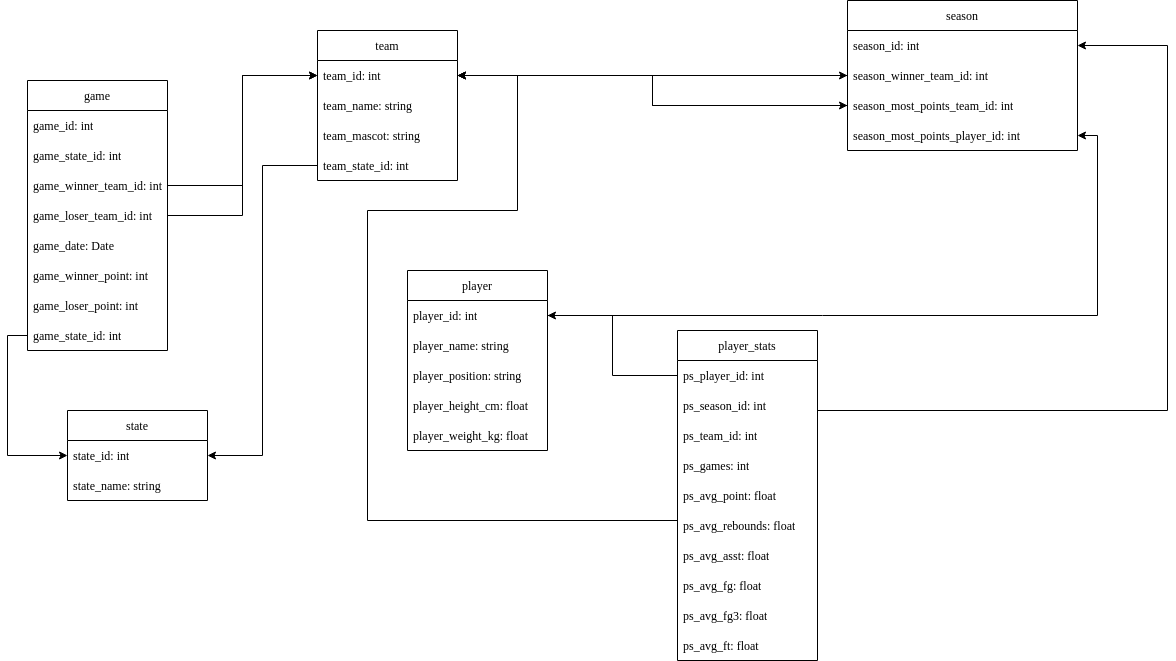
The draw.io diagram er_diagram.drawio.png in Fin-NewWin/cse111-project, before a commit. Source tidied: cells renumbered, new cells last; positions are measured from the earlier drawing's top-left corner, leaving out a move shared by most shapes.
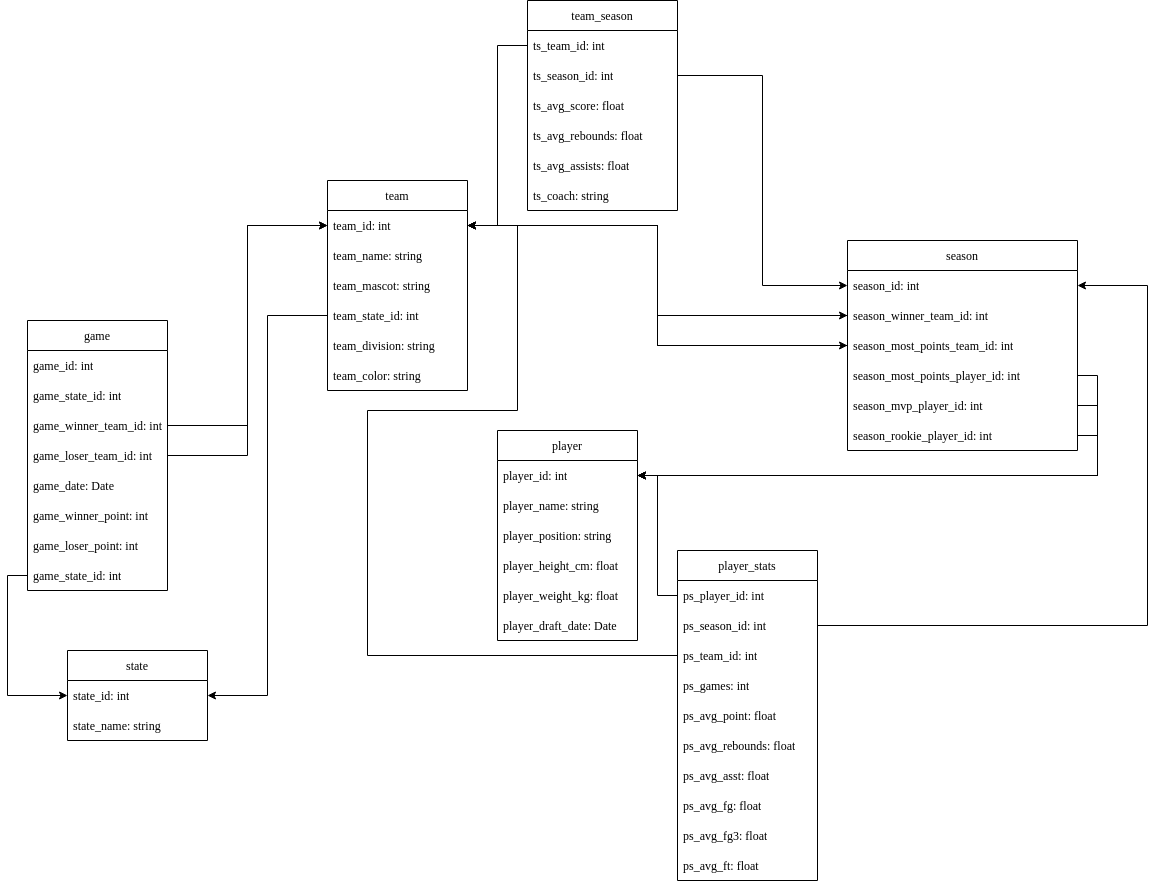
After the change.

What changed in the source:
```diff
@@ -3,7 +3,7 @@
     <mxCell id="0" />
     <mxCell id="1" parent="0" />
     <mxCell id="2" value="team" style="swimlane;fontStyle=0;horizontal=1;startSize=30;whiteSpace=wrap;html=1;" parent="1" vertex="1">
-      <mxGeometry x="290" y="30" width="140" height="150" as="geometry" />
+      <mxGeometry x="300" y="-60" width="140" height="210" as="geometry" />
     </mxCell>
     <mxCell id="3" value="team_id: int" style="text;strokeColor=none;fillColor=none;align=left;verticalAlign=middle;spacingLeft=4;spacingRight=4;overflow=hidden;points=[[0,0.5],[1,0.5]];portConstraint=eastwest;whiteSpace=wrap;html=1;" parent="2" vertex="1">
       <mxGeometry y="30" width="140" height="30" as="geometry" />
@@ -17,8 +17,14 @@
     <mxCell id="6" value="team_state_id: int" style="text;strokeColor=none;fillColor=none;align=left;verticalAlign=middle;spacingLeft=4;spacingRight=4;overflow=hidden;points=[[0,0.5],[1,0.5]];portConstraint=eastwest;whiteSpace=wrap;html=1;" parent="2" vertex="1">
       <mxGeometry y="120" width="140" height="30" as="geometry" />
     </mxCell>
+    <mxCell id="53" value="team_division: string" style="text;strokeColor=none;fillColor=none;align=left;verticalAlign=middle;spacingLeft=4;spacingRight=4;overflow=hidden;whiteSpace=wrap;html=1;" parent="2" vertex="1">
+      <mxGeometry y="150" width="140" height="30" as="geometry" />
+    </mxCell>
+    <mxCell id="54" value="team_color: string" style="text;strokeColor=none;fillColor=none;align=left;verticalAlign=middle;spacingLeft=4;spacingRight=4;overflow=hidden;whiteSpace=wrap;html=1;" parent="2" vertex="1">
+      <mxGeometry y="180" width="140" height="30" as="geometry" />
+    </mxCell>
     <mxCell id="7" value="player" style="swimlane;fontStyle=0;horizontal=1;startSize=30;whiteSpace=wrap;html=1;" parent="1" vertex="1">
-      <mxGeometry x="380" y="270" width="140" height="180" as="geometry" />
+      <mxGeometry x="470" y="190" width="140" height="210" as="geometry" />
     </mxCell>
     <mxCell id="8" value="player_id: int" style="text;strokeColor=none;fillColor=none;align=left;verticalAlign=middle;spacingLeft=4;spacingRight=4;overflow=hidden;points=[[0,0.5],[1,0.5]];portConstraint=eastwest;whiteSpace=wrap;html=1;" parent="7" vertex="1">
       <mxGeometry y="30" width="140" height="30" as="geometry" />
@@ -35,6 +41,9 @@
     <mxCell id="12" value="player_weight_kg: float" style="text;strokeColor=none;fillColor=none;align=left;verticalAlign=middle;spacingLeft=4;spacingRight=4;overflow=hidden;whiteSpace=wrap;html=1;" parent="7" vertex="1">
       <mxGeometry y="150" width="140" height="30" as="geometry" />
     </mxCell>
+    <mxCell id="55" value="player_draft_date: Date" style="text;strokeColor=none;fillColor=none;align=left;verticalAlign=middle;spacingLeft=4;spacingRight=4;overflow=hidden;whiteSpace=wrap;html=1;" parent="7" vertex="1">
+      <mxGeometry y="180" width="140" height="30" as="geometry" />
+    </mxCell>
     <mxCell id="13" value="game" style="swimlane;fontStyle=0;horizontal=1;startSize=30;whiteSpace=wrap;html=1;" parent="1" vertex="1">
       <mxGeometry y="80" width="140" height="270" as="geometry" />
     </mxCell>
@@ -68,17 +77,8 @@
     <mxCell id="23" style="edgeStyle=orthogonalEdgeStyle;rounded=0;jettySize=auto;html=1;exitX=1;exitY=0.5;exitDx=0;exitDy=0;entryX=0;entryY=0.5;entryDx=0;entryDy=0;" parent="1" edge="1" source="17" target="3">
       <mxGeometry relative="1" as="geometry" />
     </mxCell>
-    <mxCell id="24" style="edgeStyle=orthogonalEdgeStyle;rounded=0;jettySize=auto;html=1;exitX=1;exitY=0.25;exitDx=0;exitDy=0;entryX=1;entryY=0.5;entryDx=0;entryDy=0;" parent="1" edge="1" source="25" target="37">
-      <mxGeometry relative="1" as="geometry">
-        <Array as="points">
-          <mxPoint x="790" y="410" />
-          <mxPoint x="1140" y="410" />
-          <mxPoint x="1140" y="45" />
-        </Array>
-      </mxGeometry>
-    </mxCell>
     <mxCell id="25" value="player_stats" style="swimlane;fontStyle=0;horizontal=1;startSize=30;whiteSpace=wrap;html=1;" parent="1" vertex="1">
-      <mxGeometry x="650" y="330" width="140" height="330" as="geometry" />
+      <mxGeometry x="650" y="310" width="140" height="330" as="geometry" />
     </mxCell>
     <mxCell id="26" value="ps_player_id: int" style="text;strokeColor=none;fillColor=none;align=left;verticalAlign=middle;spacingLeft=4;spacingRight=4;overflow=hidden;points=[[0,0.5],[1,0.5]];portConstraint=eastwest;whiteSpace=wrap;html=1;" parent="25" vertex="1">
       <mxGeometry y="30" width="140" height="30" as="geometry" />
@@ -111,7 +111,7 @@
       <mxGeometry y="300" width="140" height="30" as="geometry" />
     </mxCell>
     <mxCell id="36" value="season" style="swimlane;fontStyle=0;horizontal=1;startSize=30;whiteSpace=wrap;html=1;" parent="1" vertex="1">
-      <mxGeometry x="820" width="230" height="150" as="geometry" />
+      <mxGeometry x="820" width="230" height="210" as="geometry" />
     </mxCell>
     <mxCell id="37" value="season_id: int" style="text;strokeColor=none;fillColor=none;align=left;verticalAlign=middle;spacingLeft=4;spacingRight=4;overflow=hidden;points=[[0,0.5],[1,0.5]];portConstraint=eastwest;whiteSpace=wrap;html=1;" parent="36" vertex="1">
       <mxGeometry y="30" width="230" height="30" as="geometry" />
@@ -125,6 +125,12 @@
     <mxCell id="40" value="season_most_points_player_id: int" style="text;strokeColor=none;fillColor=none;align=left;verticalAlign=middle;spacingLeft=4;spacingRight=4;overflow=hidden;points=[[0,0.5],[1,0.5]];portConstraint=eastwest;whiteSpace=wrap;html=1;" parent="36" vertex="1">
       <mxGeometry y="120" width="230" height="30" as="geometry" />
     </mxCell>
+    <mxCell id="56" value="season_mvp_player_id: int" style="text;strokeColor=none;fillColor=none;align=left;verticalAlign=middle;spacingLeft=4;spacingRight=4;overflow=hidden;points=[[0,0.5],[1,0.5]];portConstraint=eastwest;whiteSpace=wrap;html=1;" parent="36" vertex="1">
+      <mxGeometry y="150" width="230" height="30" as="geometry" />
+    </mxCell>
+    <mxCell id="57" value="season_rookie_player_id: int" style="text;strokeColor=none;fillColor=none;align=left;verticalAlign=middle;spacingLeft=4;spacingRight=4;overflow=hidden;points=[[0,0.5],[1,0.5]];portConstraint=eastwest;whiteSpace=wrap;html=1;" parent="36" vertex="1">
+      <mxGeometry y="180" width="230" height="30" as="geometry" />
+    </mxCell>
     <mxCell id="41" style="edgeStyle=orthogonalEdgeStyle;rounded=0;jettySize=auto;html=1;exitX=0;exitY=0.5;exitDx=0;exitDy=0;entryX=1;entryY=0.5;entryDx=0;entryDy=0;" parent="1" edge="1" source="38" target="3">
       <mxGeometry relative="1" as="geometry" />
     </mxCell>
@@ -146,9 +152,6 @@
     <mxCell id="47" style="edgeStyle=orthogonalEdgeStyle;rounded=0;jettySize=auto;html=1;exitX=0;exitY=0.5;exitDx=0;exitDy=0;entryX=1;entryY=0.5;entryDx=0;entryDy=0;" parent="1" edge="1" source="39" target="3">
       <mxGeometry relative="1" as="geometry" />
     </mxCell>
-    <mxCell id="48" style="edgeStyle=orthogonalEdgeStyle;rounded=0;jettySize=auto;html=1;exitX=1;exitY=0.5;exitDx=0;exitDy=0;entryX=1;entryY=0.5;entryDx=0;entryDy=0;" parent="1" edge="1" source="8" target="40">
-      <mxGeometry relative="1" as="geometry" />
-    </mxCell>
     <mxCell id="49" style="edgeStyle=orthogonalEdgeStyle;rounded=0;jettySize=auto;html=1;exitX=1;exitY=0.5;exitDx=0;exitDy=0;entryX=0;entryY=0.5;entryDx=0;entryDy=0;" parent="1" edge="1" source="3" target="38">
       <mxGeometry relative="1" as="geometry" />
     </mxCell>
@@ -158,16 +161,59 @@
     <mxCell id="51" style="edgeStyle=orthogonalEdgeStyle;rounded=0;jettySize=auto;html=1;exitX=0;exitY=0.5;exitDx=0;exitDy=0;entryX=1;entryY=0.5;entryDx=0;entryDy=0;" parent="1" edge="1" source="28" target="3">
       <mxGeometry relative="1" as="geometry">
         <Array as="points">
-          <mxPoint x="650" y="520" />
-          <mxPoint x="340" y="520" />
-          <mxPoint x="340" y="210" />
-          <mxPoint x="490" y="210" />
-          <mxPoint x="490" y="75" />
+          <mxPoint x="340" y="415" />
+          <mxPoint x="340" y="170" />
+          <mxPoint x="490" y="170" />
+          <mxPoint x="490" y="-15" />
         </Array>
       </mxGeometry>
     </mxCell>
     <mxCell id="52" style="edgeStyle=orthogonalEdgeStyle;rounded=0;jettySize=auto;html=1;exitX=0;exitY=0.5;exitDx=0;exitDy=0;entryX=1;entryY=0.5;entryDx=0;entryDy=0;" parent="1" edge="1" source="26" target="8">
       <mxGeometry relative="1" as="geometry" />
     </mxCell>
+    <mxCell id="58" style="edgeStyle=orthogonalEdgeStyle;rounded=0;jettySize=auto;html=1;exitX=1;exitY=0.5;exitDx=0;exitDy=0;entryX=1;entryY=0.5;entryDx=0;entryDy=0;" parent="1" edge="1" source="57" target="8">
+      <mxGeometry relative="1" as="geometry" />
+    </mxCell>
+    <mxCell id="59" style="edgeStyle=orthogonalEdgeStyle;rounded=0;jettySize=auto;html=1;exitX=1;exitY=0.5;exitDx=0;exitDy=0;entryX=1;entryY=0.5;entryDx=0;entryDy=0;" parent="1" edge="1" source="56" target="8">
+      <mxGeometry relative="1" as="geometry" />
+    </mxCell>
+    <mxCell id="60" style="edgeStyle=orthogonalEdgeStyle;rounded=0;jettySize=auto;html=1;exitX=1;exitY=0.5;exitDx=0;exitDy=0;entryX=1;entryY=0.5;entryDx=0;entryDy=0;" parent="1" edge="1" source="40" target="8">
+      <mxGeometry relative="1" as="geometry" />
+    </mxCell>
+    <mxCell id="61" value="team_season" style="swimlane;fontStyle=0;horizontal=1;startSize=30;whiteSpace=wrap;html=1;" parent="1" vertex="1">
+      <mxGeometry x="500" y="-240" width="150" height="210" as="geometry" />
+    </mxCell>
+    <mxCell id="62" value="ts_team_id: int" style="text;strokeColor=none;fillColor=none;align=left;verticalAlign=middle;spacingLeft=4;spacingRight=4;overflow=hidden;points=[[0,0.5],[1,0.5]];portConstraint=eastwest;whiteSpace=wrap;html=1;" parent="61" vertex="1">
+      <mxGeometry y="30" width="150" height="30" as="geometry" />
+    </mxCell>
+    <mxCell id="63" value="ts_season_id: int" style="text;strokeColor=none;fillColor=none;align=left;verticalAlign=middle;spacingLeft=4;spacingRight=4;overflow=hidden;points=[[0,0.5],[1,0.5]];portConstraint=eastwest;whiteSpace=wrap;html=1;" parent="61" vertex="1">
+      <mxGeometry y="60" width="150" height="30" as="geometry" />
+    </mxCell>
+    <mxCell id="64" value="ts_avg_score: float" style="text;strokeColor=none;fillColor=none;align=left;verticalAlign=middle;spacingLeft=4;spacingRight=4;overflow=hidden;whiteSpace=wrap;html=1;" parent="61" vertex="1">
+      <mxGeometry y="90" width="150" height="30" as="geometry" />
+    </mxCell>
+    <mxCell id="65" value="ts_avg_rebounds: float" style="text;strokeColor=none;fillColor=none;align=left;verticalAlign=middle;spacingLeft=4;spacingRight=4;overflow=hidden;whiteSpace=wrap;html=1;" parent="61" vertex="1">
+      <mxGeometry y="120" width="150" height="30" as="geometry" />
+    </mxCell>
+    <mxCell id="66" value="ts_avg_assists: float" style="text;strokeColor=none;fillColor=none;align=left;verticalAlign=middle;spacingLeft=4;spacingRight=4;overflow=hidden;whiteSpace=wrap;html=1;" parent="61" vertex="1">
+      <mxGeometry y="150" width="150" height="30" as="geometry" />
+    </mxCell>
+    <mxCell id="67" value="ts_coach: string" style="text;strokeColor=none;fillColor=none;align=left;verticalAlign=middle;spacingLeft=4;spacingRight=4;overflow=hidden;whiteSpace=wrap;html=1;" parent="61" vertex="1">
+      <mxGeometry y="180" width="150" height="30" as="geometry" />
+    </mxCell>
+    <mxCell id="68" style="edgeStyle=orthogonalEdgeStyle;rounded=0;jettySize=auto;html=1;exitX=0;exitY=0.5;exitDx=0;exitDy=0;entryX=1;entryY=0.5;entryDx=0;entryDy=0;" parent="1" edge="1" source="62" target="3">
+      <mxGeometry relative="1" as="geometry" />
+    </mxCell>
+    <mxCell id="69" style="edgeStyle=orthogonalEdgeStyle;rounded=0;jettySize=auto;html=1;exitX=1;exitY=0.5;exitDx=0;exitDy=0;entryX=0;entryY=0.5;entryDx=0;entryDy=0;" parent="1" edge="1" source="63" target="37">
+      <mxGeometry relative="1" as="geometry" />
+    </mxCell>
+    <mxCell id="70" style="edgeStyle=orthogonalEdgeStyle;rounded=0;jettySize=auto;html=1;exitX=1;exitY=0.5;exitDx=0;exitDy=0;entryX=1;entryY=0.5;entryDx=0;entryDy=0;" parent="1" edge="1" source="27" target="37">
+      <mxGeometry relative="1" as="geometry">
+        <Array as="points">
+          <mxPoint x="1120" y="385" />
+          <mxPoint x="1120" y="45" />
+        </Array>
+      </mxGeometry>
+    </mxCell>
   </root>
 </mxGraphModel>
```
